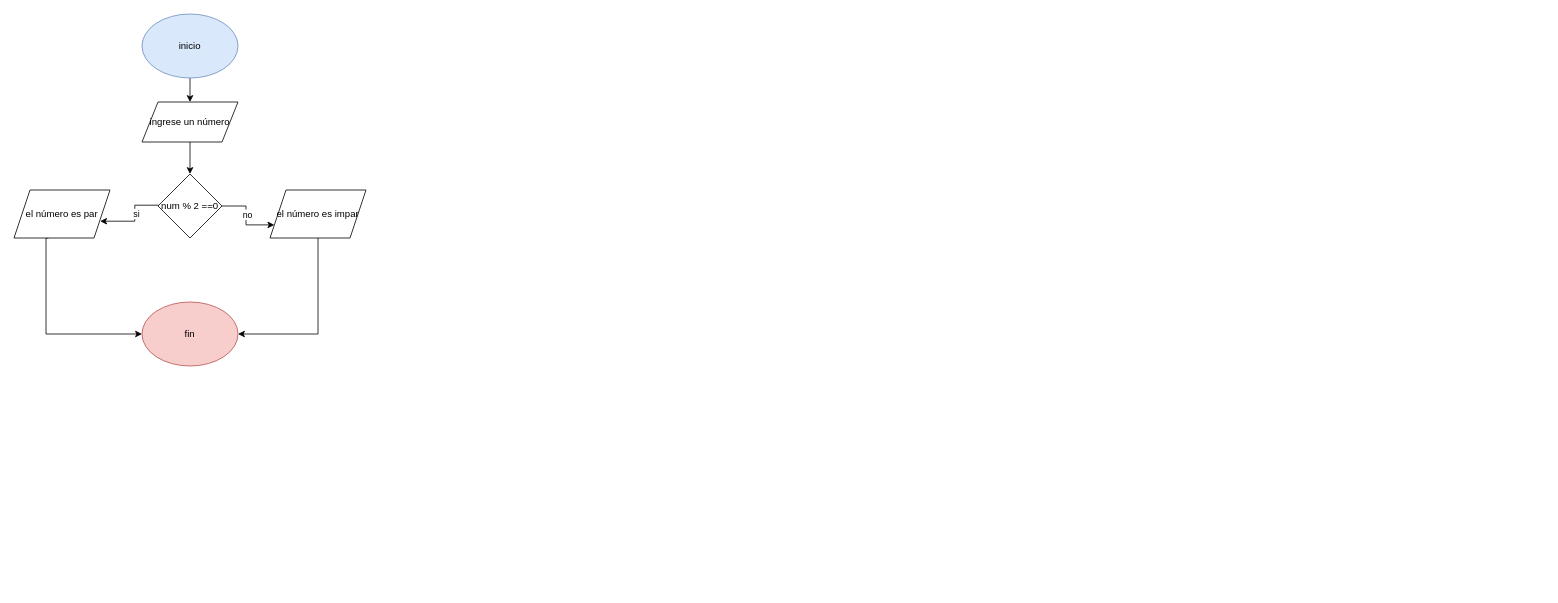
Above: Diagrama sin título.drawio in Gowther1202/Gowther1202 (draw.io), before the change. Source tidied: cells renumbered, new cells numbered last; positions are measured from the earlier drawing's top-left corner, leaving out a move shared by most shapes. Both pictures are drawn from the tidied source at 80%, with x=0, y=0 at pixel (14, 14).
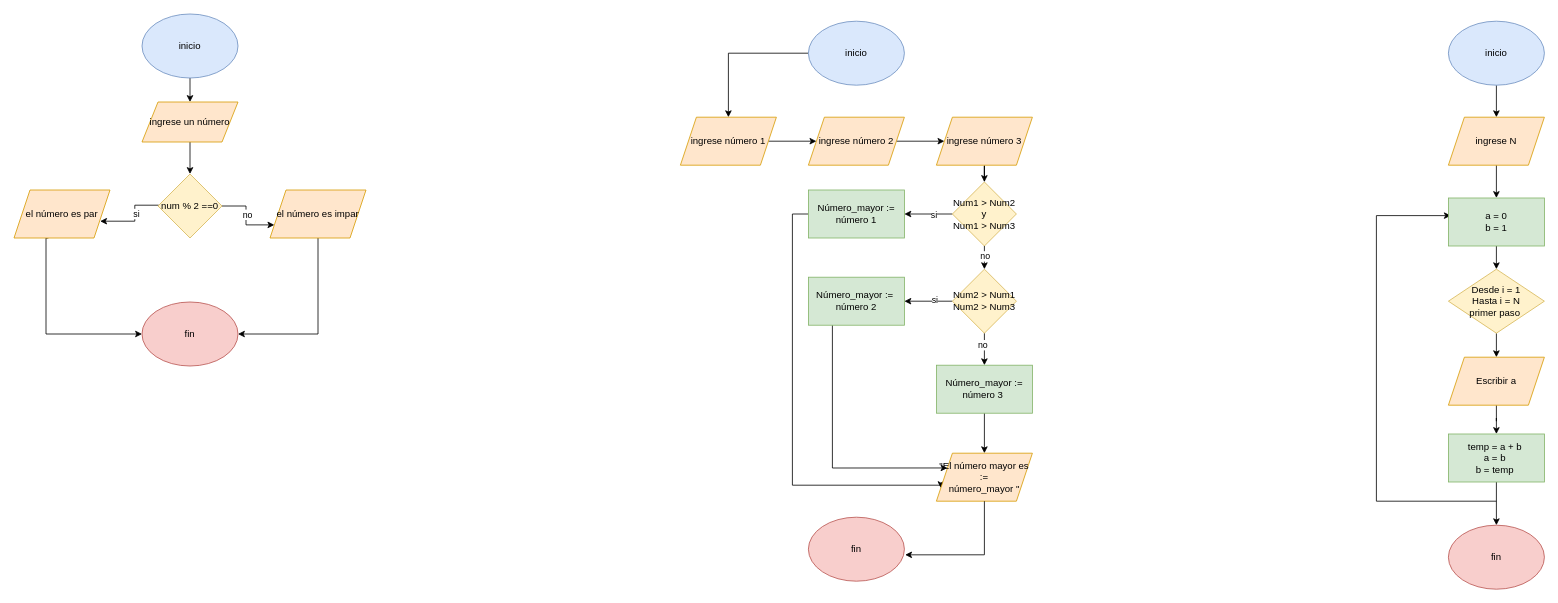
The same page after the edit.

Change to the diagram source:
```diff
@@
-    <mxCell id="6" value="ingrese un número" style="shape=parallelogram;perimeter=parallelogramPerimeter;whiteSpace=wrap;html=1;fixedSize=1;" parent="1" vertex="1">
+    <mxCell id="6" value="ingrese un número" style="shape=parallelogram;perimeter=parallelogramPerimeter;whiteSpace=wrap;html=1;fixedSize=1;fillColor=#ffe6cc;strokeColor=#d79b00;" parent="1" vertex="1">
       <mxGeometry x="160" y="110" width="120" height="50" as="geometry" />
     </mxCell>
@@
-    <mxCell id="11" value="num % 2 ==0" style="rhombus;whiteSpace=wrap;html=1;" parent="1" vertex="1">
+    <mxCell id="11" value="num % 2 ==0" style="rhombus;whiteSpace=wrap;html=1;fillColor=#fff2cc;strokeColor=#d6b656;" parent="1" vertex="1">
       <mxGeometry x="180" y="200" width="80" height="80" as="geometry" />
     </mxCell>
@@
-    <mxCell id="13" value="el número es impar" style="shape=parallelogram;perimeter=parallelogramPerimeter;whiteSpace=wrap;html=1;fixedSize=1;" parent="1" vertex="1">
+    <mxCell id="13" value="el número es impar" style="shape=parallelogram;perimeter=parallelogramPerimeter;whiteSpace=wrap;html=1;fixedSize=1;fillColor=#ffe6cc;strokeColor=#d79b00;" parent="1" vertex="1">
       <mxGeometry x="320" y="220" width="120" height="60" as="geometry" />
     </mxCell>
@@
-    <mxCell id="15" value="el número es par" style="shape=parallelogram;perimeter=parallelogramPerimeter;whiteSpace=wrap;html=1;fixedSize=1;" parent="1" vertex="1">
+    <mxCell id="15" value="el número es par" style="shape=parallelogram;perimeter=parallelogramPerimeter;whiteSpace=wrap;html=1;fixedSize=1;fillColor=#ffe6cc;strokeColor=#d79b00;" parent="1" vertex="1">
       <mxGeometry y="220" width="120" height="60" as="geometry" />
     </mxCell>
+    <mxCell id="16" style="edgeStyle=orthogonalEdgeStyle;rounded=0;jettySize=auto;html=1;exitX=0;exitY=0.5;exitDx=0;exitDy=0;entryX=0.5;entryY=0;entryDx=0;entryDy=0;" parent="1" edge="1" source="17" target="21">
+      <mxGeometry relative="1" as="geometry" />
+    </mxCell>
+    <mxCell id="17" value="inicio" style="ellipse;whiteSpace=wrap;html=1;fillColor=#dae8fc;strokeColor=#6c8ebf;" parent="1" vertex="1">
+      <mxGeometry x="993" y="9" width="120" height="80" as="geometry" />
+    </mxCell>
+    <mxCell id="18" style="edgeStyle=orthogonalEdgeStyle;rounded=0;jettySize=auto;html=1;" parent="1" edge="1" source="19" target="23">
+      <mxGeometry relative="1" as="geometry" />
+    </mxCell>
+    <mxCell id="19" value="ingrese número 2" style="shape=parallelogram;perimeter=parallelogramPerimeter;whiteSpace=wrap;html=1;fixedSize=1;fillColor=#ffe6cc;strokeColor=#d79b00;" parent="1" vertex="1">
+      <mxGeometry x="993" y="129" width="120" height="60" as="geometry" />
+    </mxCell>
+    <mxCell id="20" style="edgeStyle=orthogonalEdgeStyle;rounded=0;jettySize=auto;html=1;exitX=1;exitY=0.5;exitDx=0;exitDy=0;" parent="1" edge="1" source="21" target="19">
+      <mxGeometry relative="1" as="geometry" />
+    </mxCell>
+    <mxCell id="21" value="ingrese número 1" style="shape=parallelogram;perimeter=parallelogramPerimeter;whiteSpace=wrap;html=1;fixedSize=1;fillColor=#ffe6cc;strokeColor=#d79b00;" parent="1" vertex="1">
+      <mxGeometry x="833" y="129" width="120" height="60" as="geometry" />
+    </mxCell>
+    <mxCell id="22" style="edgeStyle=orthogonalEdgeStyle;rounded=0;jettySize=auto;html=1;entryX=0.5;entryY=0;entryDx=0;entryDy=0;" parent="1" edge="1" source="23" target="28">
+      <mxGeometry relative="1" as="geometry" />
+    </mxCell>
+    <mxCell id="23" value="ingrese número 3" style="shape=parallelogram;perimeter=parallelogramPerimeter;whiteSpace=wrap;html=1;fixedSize=1;fillColor=#ffe6cc;strokeColor=#d79b00;" parent="1" vertex="1">
+      <mxGeometry x="1153" y="129" width="120" height="60" as="geometry" />
+    </mxCell>
+    <mxCell id="24" style="edgeStyle=orthogonalEdgeStyle;rounded=0;jettySize=auto;html=1;exitX=0;exitY=0.5;exitDx=0;exitDy=0;entryX=1;entryY=0.5;entryDx=0;entryDy=0;" parent="1" edge="1" source="28" target="30">
+      <mxGeometry relative="1" as="geometry" />
+    </mxCell>
+    <mxCell id="25" value="si" style="edgeLabel;html=1;align=center;verticalAlign=middle;" parent="24" vertex="1">
+      <mxGeometry x="-0.2" relative="1" as="geometry" />
+    </mxCell>
+    <mxCell id="26" style="edgeStyle=orthogonalEdgeStyle;rounded=0;jettySize=auto;html=1;exitX=0.5;exitY=1;exitDx=0;exitDy=0;entryX=0.5;entryY=0;entryDx=0;entryDy=0;" parent="1" edge="1" source="28" target="35">
+      <mxGeometry relative="1" as="geometry" />
+    </mxCell>
+    <mxCell id="27" value="no" style="edgeLabel;html=1;align=center;verticalAlign=middle;" parent="26" vertex="1">
+      <mxGeometry x="-0.17" relative="1" as="geometry" />
+    </mxCell>
+    <mxCell id="28" value="Num1 &amp;gt; Num2&lt;div&gt;y&lt;br&gt;&lt;div&gt;Num1 &amp;gt; Num3&lt;/div&gt;&lt;/div&gt;" style="rhombus;whiteSpace=wrap;html=1;fillColor=#fff2cc;strokeColor=#d6b656;" parent="1" vertex="1">
+      <mxGeometry x="1173" y="210" width="80" height="80" as="geometry" />
+    </mxCell>
+    <mxCell id="29" style="edgeStyle=orthogonalEdgeStyle;rounded=0;jettySize=auto;html=1;exitX=0;exitY=0.5;exitDx=0;exitDy=0;entryX=0;entryY=0.75;entryDx=0;entryDy=0;" parent="1" edge="1" source="30" target="40">
+      <mxGeometry relative="1" as="geometry">
+        <Array as="points">
+          <mxPoint x="973" y="250" />
+          <mxPoint x="973" y="589" />
+          <mxPoint x="1159" y="589" />
+        </Array>
+      </mxGeometry>
+    </mxCell>
+    <mxCell id="30" value="Número_mayor := número 1" style="rounded=0;whiteSpace=wrap;html=1;fillColor=#d5e8d4;strokeColor=#82b366;" parent="1" vertex="1">
+      <mxGeometry x="993" y="220" width="120" height="60" as="geometry" />
+    </mxCell>
+    <mxCell id="31" style="edgeStyle=orthogonalEdgeStyle;rounded=0;jettySize=auto;html=1;exitX=0;exitY=0.5;exitDx=0;exitDy=0;" parent="1" edge="1" source="35" target="37">
+      <mxGeometry relative="1" as="geometry" />
+    </mxCell>
+    <mxCell id="32" value="si" style="edgeLabel;html=1;align=center;verticalAlign=middle;" parent="31" vertex="1">
+      <mxGeometry x="-0.23" y="-2" relative="1" as="geometry" />
+    </mxCell>
+    <mxCell id="33" style="edgeStyle=orthogonalEdgeStyle;rounded=0;jettySize=auto;html=1;exitX=0.5;exitY=1;exitDx=0;exitDy=0;" parent="1" edge="1" source="35" target="39">
+      <mxGeometry relative="1" as="geometry" />
+    </mxCell>
+    <mxCell id="34" value="no" style="edgeLabel;html=1;align=center;verticalAlign=middle;" parent="33" vertex="1">
+      <mxGeometry x="-0.3" y="-3" relative="1" as="geometry" />
+    </mxCell>
+    <mxCell id="35" value="Num2 &amp;gt; Num1&lt;div&gt;Num2 &amp;gt; Num3&lt;/div&gt;" style="rhombus;whiteSpace=wrap;html=1;fillColor=#fff2cc;strokeColor=#d6b656;" parent="1" vertex="1">
+      <mxGeometry x="1173" y="319" width="80" height="80" as="geometry" />
+    </mxCell>
+    <mxCell id="36" style="edgeStyle=orthogonalEdgeStyle;rounded=0;jettySize=auto;html=1;entryX=0;entryY=0.25;entryDx=0;entryDy=0;" parent="1" edge="1" source="37" target="40">
+      <mxGeometry relative="1" as="geometry">
+        <Array as="points">
+          <mxPoint x="1023" y="568" />
+        </Array>
+      </mxGeometry>
+    </mxCell>
+    <mxCell id="37" value="Número_mayor :=&amp;nbsp;&lt;div&gt;número 2&lt;/div&gt;" style="rounded=0;whiteSpace=wrap;html=1;fillColor=#d5e8d4;strokeColor=#82b366;" parent="1" vertex="1">
+      <mxGeometry x="993" y="329" width="120" height="60" as="geometry" />
+    </mxCell>
+    <mxCell id="38" style="edgeStyle=orthogonalEdgeStyle;rounded=0;jettySize=auto;html=1;entryX=0.5;entryY=0;entryDx=0;entryDy=0;" parent="1" edge="1" source="39" target="40">
+      <mxGeometry relative="1" as="geometry" />
+    </mxCell>
+    <mxCell id="39" value="Número_mayor := número 3&amp;nbsp;" style="rounded=0;whiteSpace=wrap;html=1;fillColor=#d5e8d4;strokeColor=#82b366;" parent="1" vertex="1">
+      <mxGeometry x="1153" y="439" width="120" height="60" as="geometry" />
+    </mxCell>
+    <mxCell id="40" value="&quot;El número mayor es :=&lt;div&gt;número_mayor &quot;&lt;/div&gt;" style="shape=parallelogram;perimeter=parallelogramPerimeter;whiteSpace=wrap;html=1;fixedSize=1;fillColor=#ffe6cc;strokeColor=#d79b00;" parent="1" vertex="1">
+      <mxGeometry x="1153" y="549" width="120" height="60" as="geometry" />
+    </mxCell>
+    <mxCell id="41" value="fin" style="ellipse;whiteSpace=wrap;html=1;fillColor=#f8cecc;strokeColor=#b85450;" parent="1" vertex="1">
+      <mxGeometry x="993" y="629" width="120" height="80" as="geometry" />
+    </mxCell>
+    <mxCell id="42" style="edgeStyle=orthogonalEdgeStyle;rounded=0;jettySize=auto;html=1;exitX=0.5;exitY=1;exitDx=0;exitDy=0;" parent="1" edge="1" source="43" target="45">
+      <mxGeometry relative="1" as="geometry" />
+    </mxCell>
+    <mxCell id="43" value="inicio" style="ellipse;whiteSpace=wrap;html=1;fillColor=#dae8fc;strokeColor=#6c8ebf;" parent="1" vertex="1">
+      <mxGeometry x="1793" y="9" width="120" height="80" as="geometry" />
+    </mxCell>
+    <mxCell id="44" style="edgeStyle=orthogonalEdgeStyle;rounded=0;jettySize=auto;html=1;entryX=0.5;entryY=0;entryDx=0;entryDy=0;" parent="1" edge="1" source="45" target="48">
+      <mxGeometry relative="1" as="geometry" />
+    </mxCell>
+    <mxCell id="45" value="ingrese N" style="shape=parallelogram;perimeter=parallelogramPerimeter;whiteSpace=wrap;html=1;fixedSize=1;fillColor=#ffe6cc;strokeColor=#d79b00;" parent="1" vertex="1">
+      <mxGeometry x="1793" y="129" width="120" height="60" as="geometry" />
+    </mxCell>
+    <mxCell id="46" style="edgeStyle=orthogonalEdgeStyle;rounded=0;jettySize=auto;html=1;exitX=0.5;exitY=1;exitDx=0;exitDy=0;entryX=0.5;entryY=0;entryDx=0;entryDy=0;" parent="1" edge="1" source="48" target="50">
+      <mxGeometry relative="1" as="geometry" />
+    </mxCell>
+    <mxCell id="47" style="edgeStyle=orthogonalEdgeStyle;rounded=0;jettySize=auto;html=1;entryX=0.025;entryY=0.367;entryDx=0;entryDy=0;entryPerimeter=0;" parent="1" edge="1" target="48">
+      <mxGeometry relative="1" as="geometry">
+        <mxPoint x="1853" y="609" as="sourcePoint" />
+        <Array as="points">
+          <mxPoint x="1703" y="609" />
+          <mxPoint x="1703" y="252" />
+        </Array>
+      </mxGeometry>
+    </mxCell>
+    <mxCell id="48" value="a = 0&lt;div&gt;b = 1&lt;/div&gt;" style="rounded=0;whiteSpace=wrap;html=1;fillColor=#d5e8d4;strokeColor=#82b366;" parent="1" vertex="1">
+      <mxGeometry x="1793" y="230" width="120" height="60" as="geometry" />
+    </mxCell>
+    <mxCell id="49" style="edgeStyle=orthogonalEdgeStyle;rounded=0;jettySize=auto;html=1;exitX=0.5;exitY=1;exitDx=0;exitDy=0;entryX=0.5;entryY=0;entryDx=0;entryDy=0;" parent="1" edge="1" source="50" target="53">
+      <mxGeometry relative="1" as="geometry" />
+    </mxCell>
+    <mxCell id="50" value="Desde i = 1&lt;div&gt;Hasta i = N&lt;/div&gt;&lt;div&gt;primer paso&amp;nbsp;&lt;/div&gt;" style="rhombus;whiteSpace=wrap;html=1;fillColor=#fff2cc;strokeColor=#d6b656;" parent="1" vertex="1">
+      <mxGeometry x="1793" y="319" width="120" height="80" as="geometry" />
+    </mxCell>
+    <mxCell id="51" style="edgeStyle=orthogonalEdgeStyle;rounded=0;jettySize=auto;html=1;entryX=1.008;entryY=0.588;entryDx=0;entryDy=0;entryPerimeter=0;" parent="1" edge="1" source="40" target="41">
+      <mxGeometry relative="1" as="geometry">
+        <Array as="points">
+          <mxPoint x="1213" y="676" />
+        </Array>
+      </mxGeometry>
+    </mxCell>
+    <mxCell id="52" style="edgeStyle=orthogonalEdgeStyle;rounded=0;jettySize=auto;html=1;exitX=0.5;exitY=1;exitDx=0;exitDy=0;" parent="1" edge="1" source="53" target="55">
+      <mxGeometry relative="1" as="geometry" />
+    </mxCell>
+    <mxCell id="53" value="Escribir a" style="shape=parallelogram;perimeter=parallelogramPerimeter;whiteSpace=wrap;html=1;fixedSize=1;fillColor=#ffe6cc;strokeColor=#d79b00;" parent="1" vertex="1">
+      <mxGeometry x="1793" y="429" width="120" height="60" as="geometry" />
+    </mxCell>
+    <mxCell id="54" style="edgeStyle=orthogonalEdgeStyle;rounded=0;jettySize=auto;html=1;exitX=0.5;exitY=1;exitDx=0;exitDy=0;entryX=0.5;entryY=0;entryDx=0;entryDy=0;" parent="1" edge="1" source="55" target="56">
+      <mxGeometry relative="1" as="geometry" />
+    </mxCell>
+    <mxCell id="55" value="temp = a + b&amp;nbsp;&lt;div&gt;a = b&amp;nbsp;&lt;/div&gt;&lt;div&gt;b = temp&amp;nbsp;&lt;/div&gt;" style="rounded=0;whiteSpace=wrap;html=1;fillColor=#d5e8d4;strokeColor=#82b366;" parent="1" vertex="1">
+      <mxGeometry x="1793" y="525" width="120" height="60" as="geometry" />
+    </mxCell>
+    <mxCell id="56" value="fin" style="ellipse;whiteSpace=wrap;html=1;fillColor=#f8cecc;strokeColor=#b85450;" parent="1" vertex="1">
+      <mxGeometry x="1793" y="639" width="120" height="80" as="geometry" />
+    </mxCell>
```
